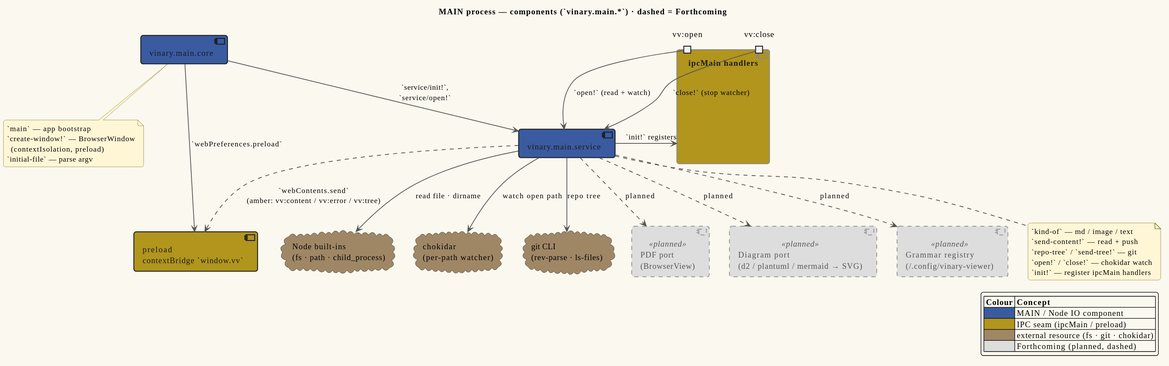
vinary-tree/vinary-viewer keeps this PlantUML diagram as docs/diagrams/component-main-service.svg. Above is the earlier version. Its source is kept beside it as docs/diagrams/component-main-service.puml.
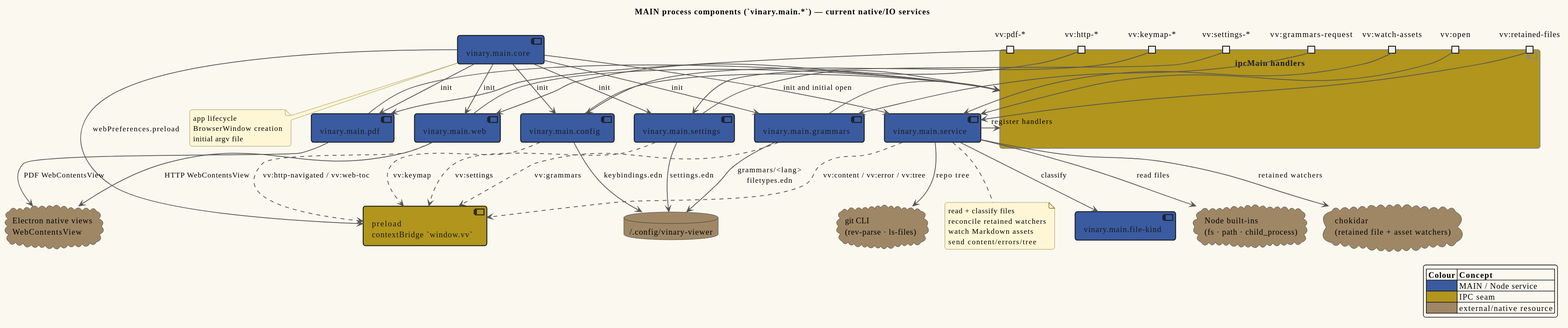
Above is the later version.

Diff of the diagram source:
```diff
@@ -1,64 +1,97 @@
 @startuml component-main-service
 !include _vv-theme.iuml
 
-title MAIN process — components (`vinary.main.*`)  ·  dashed = Forthcoming
+title MAIN process components (`vinary.main.*`) — current native/IO services
 
 skinparam component {
   BorderThickness 1.5
 }
 
-component "vinary.main.core" as Core MAIN_COLOR {
-}
+component "vinary.main.core" as Core MAIN_COLOR
 note bottom of Core
-  `main` — app bootstrap
-  `create-window!` — BrowserWindow
-    (contextIsolation, preload)
-  `initial-file` — parse argv
+  app lifecycle
+  BrowserWindow creation
+  initial argv file
 end note
 
 component "vinary.main.service" as Svc MAIN_COLOR
 note bottom of Svc
-  `kind-of` — md / image / text
-  `send-content!` — read + push
-  `repo-tree` / `send-tree!` — git
-  `open!` / `close!` — chokidar watch
-  `init!` — register ipcMain handlers
+  read + classify files
+  reconcile retained watchers
+  watch Markdown assets
+  send content/errors/tree
 end note
+
+component "vinary.main.file-kind" as Kind MAIN_COLOR
+component "vinary.main.pdf" as Pdf MAIN_COLOR
+component "vinary.main.web" as Web MAIN_COLOR
+component "vinary.main.config" as Config MAIN_COLOR
+component "vinary.main.settings" as Settings MAIN_COLOR
+component "vinary.main.grammars" as Grammars MAIN_COLOR
 
 component "ipcMain handlers" as Ipc IPC_COLOR {
   portin "vv:open" as POpen
-  portin "vv:close" as PClose
+  portin "vv:retained-files" as PRetained
+  portin "vv:watch-assets" as PAssets
+  portin "vv:pdf-*" as PPdf
+  portin "vv:http-*" as PHttp
+  portin "vv:keymap-*" as PKeymap
+  portin "vv:settings-*" as PSettings
+  portin "vv:grammars-request" as PGrammars
 }
-
-cloud "Node built-ins\n(fs · path · child_process)" as Node FS_COLOR
-cloud "chokidar\n(per-path watcher)" as Chk FS_COLOR
-cloud "git CLI\n(rev-parse · ls-files)" as Git FS_COLOR
 
 component "preload\ncontextBridge `window.vv`" as Preload IPC_COLOR
 
-component "PDF port\n(BrowserView)" as Pdf <<planned>>
-component "Diagram port\n(d2 / plantuml / mermaid → SVG)" as Dia <<planned>>
-component "Grammar registry\n(~/.config/vinary-viewer)" as Reg <<planned>>
+cloud "Node built-ins\n(fs · path · child_process)" as Node FS_COLOR
+cloud "chokidar\n(retained file + asset watchers)" as Chk FS_COLOR
+cloud "git CLI\n(rev-parse · ls-files)" as Git FS_COLOR
+cloud "Electron native views\nWebContentsView" as Native FS_COLOR
+database "~/.config/vinary-viewer" as Conf FS_COLOR
 
-Core --> Svc          : `service/init!`,\n`service/open!`
-Core --> Preload      : `webPreferences.preload`
-Svc  --> Node         : read file · dirname
-Svc  --> Chk          : watch open path
-Svc  --> Git          : repo tree
-Svc  --> Ipc          : `init!` registers
-POpen --> Svc         : `open!` (read + watch)
-PClose --> Svc        : `close!` (stop watcher)
-Svc ..> Preload       : `webContents.send`\n(amber: vv:content / vv:error / vv:tree)
+Core --> Svc : init and initial open
+Core --> Preload : webPreferences.preload
+Core --> Pdf : init
+Core --> Web : init
+Core --> Config : init
+Core --> Settings : init
+Core --> Grammars : init
 
-Svc ..> Pdf  : «planned»
-Svc ..> Dia  : «planned»
-Svc ..> Reg  : «planned»
+Svc --> Kind : classify
+Svc --> Node : read files
+Svc --> Chk : retained watchers
+Svc --> Git : repo tree
+Pdf --> Native : PDF WebContentsView
+Web --> Native : HTTP WebContentsView
+Config --> Conf : keybindings.edn
+Settings --> Conf : settings.edn
+Grammars --> Conf : grammars/<lang>\nfiletypes.edn
+
+Svc --> Ipc : register handlers
+Pdf --> Ipc
+Web --> Ipc
+Config --> Ipc
+Settings --> Ipc
+Grammars --> Ipc
+
+POpen --> Svc
+PRetained --> Svc
+PAssets --> Svc
+PPdf --> Pdf
+PHttp --> Web
+PKeymap --> Config
+PSettings --> Settings
+PGrammars --> Grammars
+
+Svc ..> Preload : vv:content / vv:error / vv:tree
+Web ..> Preload : vv:http-navigated / vv:web-toc
+Config ..> Preload : vv:keymap
+Settings ..> Preload : vv:settings
+Grammars ..> Preload : vv:grammars
 
 legend right
   |= Colour |= Concept |
-  | <#3A5BA0> | MAIN / Node IO component |
-  | <#B1951D> | IPC seam (ipcMain / preload) |
-  | <#9F8766> | external resource (fs · git · chokidar) |
-  | <#DDDDDD> | Forthcoming (planned, dashed) |
+  | <#3A5BA0> | MAIN / Node service |
+  | <#B1951D> | IPC seam |
+  | <#9F8766> | external/native resource |
 endlegend
 @enduml
```
